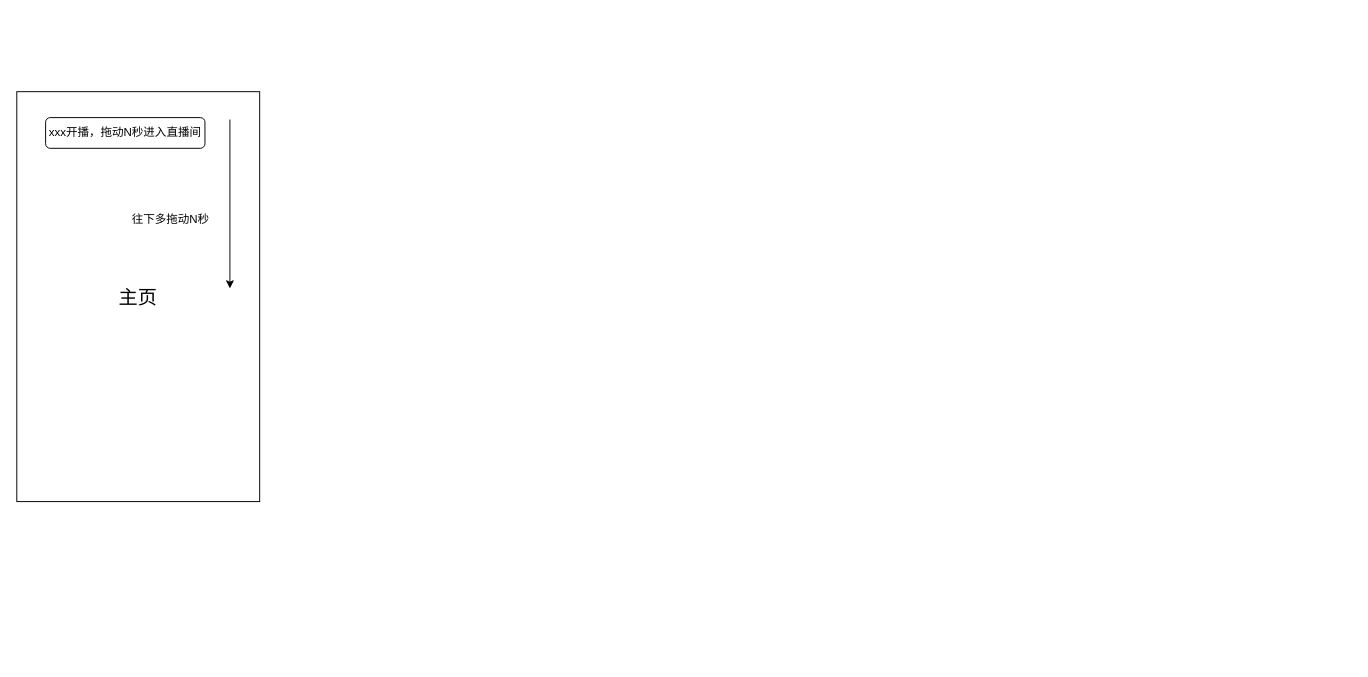
cangwang/news keeps this draw.io diagram as page "Page-1" (1 of 5) of 关注主播切换.drawio. Above is the earlier version. Source tidied: cells renumbered, new cells numbered last; positions are measured from the earlier drawing's top-left corner, leaving out a move shared by most shapes. Both pictures are drawn from the tidied source at 96%, with x=0, y=0 at pixel (16, 91).
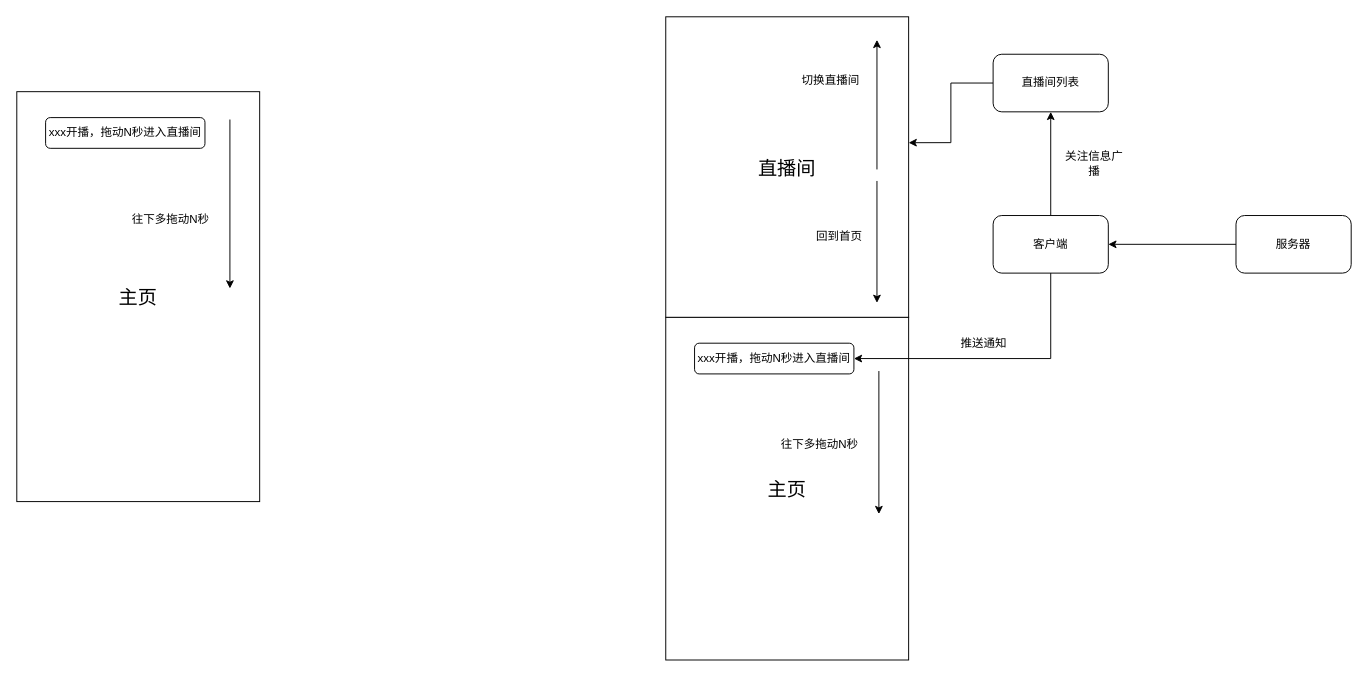
After the change.

Change to the diagram source:
```diff
@@
+    <mxCell id="6" style="edgeStyle=orthogonalEdgeStyle;rounded=0;jettySize=auto;html=1;exitX=0;exitY=0.5;exitDx=0;exitDy=0;entryX=1;entryY=0.5;entryDx=0;entryDy=0;" parent="1" edge="1" source="7" target="17">
+      <mxGeometry relative="1" as="geometry" />
+    </mxCell>
+    <mxCell id="7" value="服务器" style="rounded=1;whiteSpace=wrap;html=1;" parent="1" vertex="1">
+      <mxGeometry x="1270" y="129" width="120" height="60" as="geometry" />
+    </mxCell>
+    <mxCell id="8" value="&lt;font style=&quot;font-size: 20px&quot;&gt;主页&lt;/font&gt;" style="rounded=0;whiteSpace=wrap;html=1;" parent="1" vertex="1">
+      <mxGeometry x="676" y="235" width="253" height="357" as="geometry" />
+    </mxCell>
+    <mxCell id="9" value="xxx开播，拖动N秒进入直播间" style="rounded=1;whiteSpace=wrap;html=1;" parent="1" vertex="1">
+      <mxGeometry x="706" y="262" width="166" height="32" as="geometry" />
+    </mxCell>
+    <mxCell id="10" style="endArrow=classic;html=1;" parent="1" edge="1">
+      <mxGeometry relative="1" as="geometry">
+        <mxPoint x="898" y="291" as="sourcePoint" />
+        <mxPoint x="898" y="440" as="targetPoint" />
+      </mxGeometry>
+    </mxCell>
+    <mxCell id="11" value="往下多拖动N秒" style="text;html=1;strokeColor=none;fillColor=none;align=center;verticalAlign=middle;whiteSpace=wrap;rounded=0;" parent="1" vertex="1">
+      <mxGeometry x="789" y="358" width="95" height="20" as="geometry" />
+    </mxCell>
+    <mxCell id="12" style="edgeStyle=orthogonalEdgeStyle;rounded=0;jettySize=auto;html=1;exitX=0;exitY=0.5;exitDx=0;exitDy=0;entryX=1;entryY=0.419;entryDx=0;entryDy=0;entryPerimeter=0;" parent="1" edge="1" source="13" target="14">
+      <mxGeometry relative="1" as="geometry" />
+    </mxCell>
+    <mxCell id="13" value="直播间列表" style="rounded=1;whiteSpace=wrap;html=1;" parent="1" vertex="1">
+      <mxGeometry x="1017" y="-39" width="120" height="60" as="geometry" />
+    </mxCell>
+    <mxCell id="14" value="&lt;font style=&quot;font-size: 20px&quot;&gt;直播间&lt;/font&gt;" style="rounded=0;whiteSpace=wrap;html=1;" parent="1" vertex="1">
+      <mxGeometry x="676" y="-78" width="253" height="313" as="geometry" />
+    </mxCell>
+    <mxCell id="15" style="edgeStyle=orthogonalEdgeStyle;rounded=0;jettySize=auto;html=1;exitX=0.5;exitY=0;exitDx=0;exitDy=0;" parent="1" edge="1" source="17" target="13">
+      <mxGeometry relative="1" as="geometry" />
+    </mxCell>
+    <mxCell id="16" style="edgeStyle=orthogonalEdgeStyle;rounded=0;jettySize=auto;html=1;exitX=0.5;exitY=1;exitDx=0;exitDy=0;entryX=1;entryY=0.5;entryDx=0;entryDy=0;" parent="1" edge="1" source="17" target="9">
+      <mxGeometry relative="1" as="geometry" />
+    </mxCell>
+    <mxCell id="17" value="客户端" style="rounded=1;whiteSpace=wrap;html=1;" parent="1" vertex="1">
+      <mxGeometry x="1017" y="129" width="120" height="60" as="geometry" />
+    </mxCell>
+    <mxCell id="18" style="endArrow=classic;html=1;" parent="1" edge="1">
+      <mxGeometry relative="1" as="geometry">
+        <mxPoint x="896" y="81" as="sourcePoint" />
+        <mxPoint x="896" y="-54" as="targetPoint" />
+      </mxGeometry>
+    </mxCell>
+    <mxCell id="19" value="切换直播间" style="text;html=1;strokeColor=none;fillColor=none;align=center;verticalAlign=middle;whiteSpace=wrap;rounded=0;" parent="1" vertex="1">
+      <mxGeometry x="808" y="-21" width="80" height="20" as="geometry" />
+    </mxCell>
+    <mxCell id="20" style="endArrow=classic;html=1;" parent="1" edge="1">
+      <mxGeometry relative="1" as="geometry">
+        <mxPoint x="896" y="93" as="sourcePoint" />
+        <mxPoint x="896" y="220" as="targetPoint" />
+      </mxGeometry>
+    </mxCell>
+    <mxCell id="21" value="回到首页" style="text;html=1;strokeColor=none;fillColor=none;align=center;verticalAlign=middle;whiteSpace=wrap;rounded=0;" parent="1" vertex="1">
+      <mxGeometry x="828" y="141" width="58" height="20" as="geometry" />
+    </mxCell>
+    <mxCell id="22" value="推送通知" style="text;html=1;strokeColor=none;fillColor=none;align=center;verticalAlign=middle;whiteSpace=wrap;rounded=0;" parent="1" vertex="1">
+      <mxGeometry x="970" y="252" width="75" height="20" as="geometry" />
+    </mxCell>
+    <mxCell id="23" value="关注信息广播" style="text;html=1;strokeColor=none;fillColor=none;align=center;verticalAlign=middle;whiteSpace=wrap;rounded=0;" parent="1" vertex="1">
+      <mxGeometry x="1089" y="65" width="67" height="20" as="geometry" />
+    </mxCell>
```
